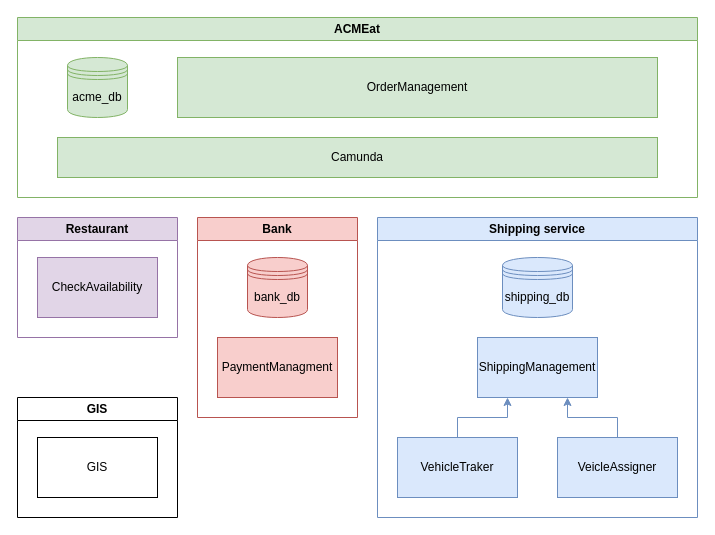
Earlier version of the draw.io diagram docs/acmeat-infrastructure.drawio (asm-project2425/ACMEat). Source tidied: cells renumbered, new cells numbered last; positions are measured from the earlier drawing's top-left corner, leaving out a move shared by most shapes. Both pictures are drawn from the tidied source at 100%, with x=0, y=0 at pixel (17, 17).
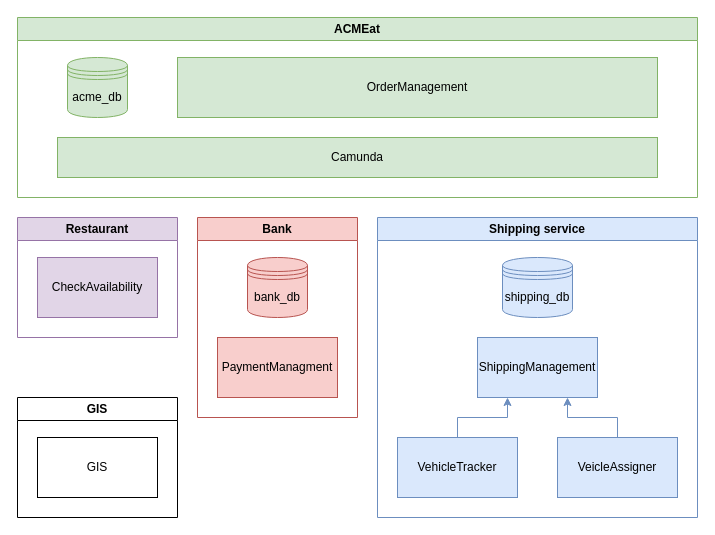
The same page after the edit.

Diff of the diagram source:
```diff
@@
 <mxGraphModel>
   <root>
     <mxCell id="0" />
     <mxCell id="1" parent="0" />
     <mxCell id="2" value="ACMEat" style="swimlane;whiteSpace=wrap;html=1;fillColor=#d5e8d4;strokeColor=#82b366;" parent="1" vertex="1">
       <mxGeometry width="680" height="180" as="geometry" />
     </mxCell>
     <mxCell id="3" value="OrderManagement" style="rounded=0;whiteSpace=wrap;html=1;fillColor=#d5e8d4;strokeColor=#82b366;" parent="2" vertex="1">
       <mxGeometry x="160" y="40" width="480" height="60" as="geometry" />
     </mxCell>
     <mxCell id="4" value="acme_db" style="shape=datastore;whiteSpace=wrap;html=1;fillColor=#d5e8d4;strokeColor=#82b366;" parent="2" vertex="1">
       <mxGeometry x="50" y="40" width="60" height="60" as="geometry" />
     </mxCell>
     <mxCell id="5" value="Camunda" style="rounded=0;whiteSpace=wrap;html=1;fillColor=#d5e8d4;strokeColor=#82b366;" parent="2" vertex="1">
       <mxGeometry x="40" y="120" width="600" height="40" as="geometry" />
     </mxCell>
     <mxCell id="6" value="Bank" style="swimlane;whiteSpace=wrap;html=1;fillColor=#f8cecc;strokeColor=#b85450;" parent="1" vertex="1">
       <mxGeometry x="180" y="200" width="160" height="200" as="geometry" />
     </mxCell>
     <mxCell id="7" value="PaymentManagment" style="rounded=0;whiteSpace=wrap;html=1;fillColor=#f8cecc;strokeColor=#b85450;" parent="6" vertex="1">
       <mxGeometry x="20" y="120" width="120" height="60" as="geometry" />
     </mxCell>
     <mxCell id="8" value="bank_db" style="shape=datastore;whiteSpace=wrap;html=1;fillColor=#f8cecc;strokeColor=#b85450;" parent="6" vertex="1">
       <mxGeometry x="50" y="40" width="60" height="60" as="geometry" />
     </mxCell>
     <mxCell id="9" value="Restaurant" style="swimlane;whiteSpace=wrap;html=1;startSize=23;fillColor=#e1d5e7;strokeColor=#9673a6;" parent="1" vertex="1">
       <mxGeometry y="200" width="160" height="120" as="geometry" />
     </mxCell>
     <mxCell id="10" value="CheckAvailability" style="rounded=0;whiteSpace=wrap;html=1;fillColor=#e1d5e7;strokeColor=#9673a6;" parent="9" vertex="1">
       <mxGeometry x="20" y="40" width="120" height="60" as="geometry" />
     </mxCell>
     <mxCell id="11" value="Shipping service" style="swimlane;whiteSpace=wrap;html=1;fillColor=#dae8fc;strokeColor=#6c8ebf;" parent="1" vertex="1">
       <mxGeometry x="360" y="200" width="320" height="300" as="geometry" />
     </mxCell>
     <mxCell id="12" style="edgeStyle=orthogonalEdgeStyle;rounded=0;jettySize=auto;html=1;entryX=0.25;entryY=1;entryDx=0;entryDy=0;fillColor=#dae8fc;strokeColor=#6c8ebf;" parent="11" edge="1" source="13" target="14">
       <mxGeometry relative="1" as="geometry" />
     </mxCell>
-    <mxCell id="13" value="VehicleTraker" style="rounded=0;whiteSpace=wrap;html=1;fillColor=#dae8fc;strokeColor=#6c8ebf;" parent="11" vertex="1">
+    <mxCell id="13" value="VehicleTracker" style="rounded=0;whiteSpace=wrap;html=1;fillColor=#dae8fc;strokeColor=#6c8ebf;" parent="11" vertex="1">
       <mxGeometry x="20" y="220" width="120" height="60" as="geometry" />
     </mxCell>
     <mxCell id="14" value="ShippingManagement" style="rounded=0;whiteSpace=wrap;html=1;fillColor=#dae8fc;strokeColor=#6c8ebf;" parent="11" vertex="1">
       <mxGeometry x="100" y="120" width="120" height="60" as="geometry" />
     </mxCell>
     <mxCell id="15" style="edgeStyle=orthogonalEdgeStyle;rounded=0;jettySize=auto;html=1;entryX=0.75;entryY=1;entryDx=0;entryDy=0;fillColor=#dae8fc;strokeColor=#6c8ebf;" parent="11" edge="1" source="16" target="14">
       <mxGeometry relative="1" as="geometry" />
     </mxCell>
     <mxCell id="16" value="VeicleAssigner" style="rounded=0;whiteSpace=wrap;html=1;fillColor=#dae8fc;strokeColor=#6c8ebf;" parent="11" vertex="1">
       <mxGeometry x="180" y="220" width="120" height="60" as="geometry" />
     </mxCell>
     <mxCell id="17" value="shipping_db" style="shape=datastore;whiteSpace=wrap;html=1;fillColor=#dae8fc;strokeColor=#6c8ebf;" parent="11" vertex="1">
       <mxGeometry x="125" y="40" width="70" height="60" as="geometry" />
     </mxCell>
     <mxCell id="18" value="GIS" style="swimlane;whiteSpace=wrap;html=1;" parent="1" vertex="1">
       <mxGeometry y="380" width="160" height="120" as="geometry" />
     </mxCell>
     <mxCell id="19" value="GIS" style="rounded=0;whiteSpace=wrap;html=1;" parent="18" vertex="1">
       <mxGeometry x="20" y="40" width="120" height="60" as="geometry" />
     </mxCell>
   </root>
 </mxGraphModel>
```
